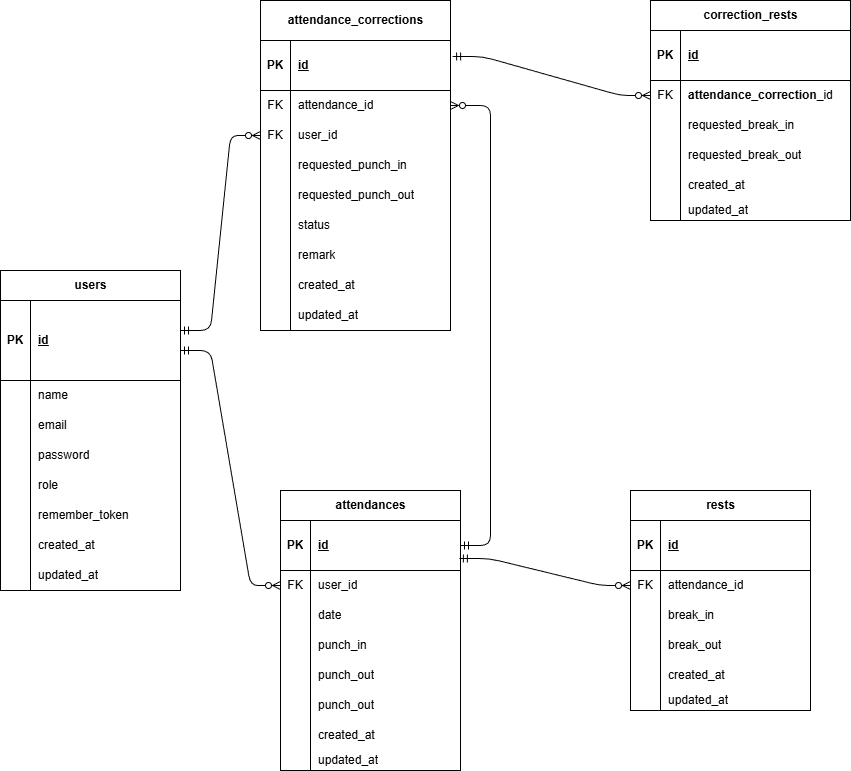
Before: ER.drawio.png, a diagram exported from draw.io (HIDE52/hide-kintaiapp). Source tidied: cells renumbered, new cells last; positions are measured from the earlier drawing's top-left corner, leaving out a move shared by most shapes.
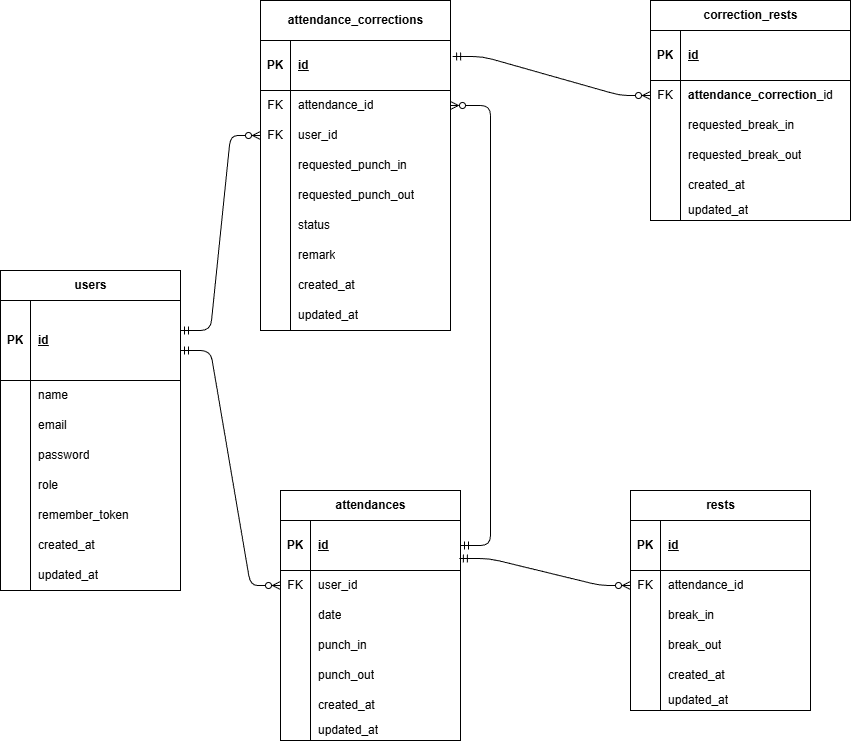
After the change.

Diff of the diagram source:
```diff
@@ -219,7 +219,7 @@
       <mxGeometry x="30" width="150" height="30" as="geometry" />
     </mxCell>
     <mxCell id="74" value="attendances" style="shape=table;startSize=30;rowLines=0;fontStyle=1;align=center;html=1;" parent="1" vertex="1">
-      <mxGeometry x="280" y="775" width="180" height="280" as="geometry" />
+      <mxGeometry x="280" y="775" width="180" height="250" as="geometry" />
     </mxCell>
     <mxCell id="75" style="shape=tableRow;horizontal=0;startSize=0;swimlaneHead=0;swimlaneBody=0;fillColor=none;points=[[0,0.5],[1,0.5]];portConstraint=eastwest;top=0;left=0;right=0;bottom=1;" parent="74" vertex="1">
       <mxGeometry y="30" width="180" height="50" as="geometry" />
@@ -266,17 +266,8 @@
     <mxCell id="89" value="punch_out" style="shape=partialRectangle;fillColor=none;top=0;left=0;bottom=0;right=0;align=left;spacingLeft=6;overflow=hidden;whiteSpace=wrap;html=1;" parent="87" vertex="1">
       <mxGeometry x="30" width="150" height="30" as="geometry" />
     </mxCell>
-    <mxCell id="90" style="shape=tableRow;horizontal=0;startSize=0;swimlaneHead=0;swimlaneBody=0;fillColor=none;top=0;left=0;right=0;bottom=0;" parent="74" vertex="1">
-      <mxGeometry y="200" width="180" height="30" as="geometry" />
-    </mxCell>
-    <mxCell id="91" style="shape=partialRectangle;fillColor=none;top=0;left=0;bottom=0;right=0;overflow=hidden;whiteSpace=wrap;html=1;" parent="90" vertex="1">
-      <mxGeometry width="30" height="30" as="geometry" />
-    </mxCell>
-    <mxCell id="92" value="punch_out" style="shape=partialRectangle;fillColor=none;top=0;left=0;bottom=0;right=0;align=left;spacingLeft=6;overflow=hidden;whiteSpace=wrap;html=1;" parent="90" vertex="1">
-      <mxGeometry x="30" width="150" height="30" as="geometry" />
-    </mxCell>
     <mxCell id="93" style="shape=tableRow;horizontal=0;startSize=0;swimlaneHead=0;swimlaneBody=0;fillColor=none;top=0;left=0;right=0;bottom=0;" parent="74" vertex="1">
-      <mxGeometry y="230" width="180" height="30" as="geometry" />
+      <mxGeometry y="200" width="180" height="30" as="geometry" />
     </mxCell>
     <mxCell id="94" style="shape=partialRectangle;fillColor=none;top=0;left=0;bottom=0;right=0;overflow=hidden;whiteSpace=wrap;html=1;" parent="93" vertex="1">
       <mxGeometry width="30" height="30" as="geometry" />
@@ -285,7 +276,7 @@
       <mxGeometry x="30" width="150" height="30" as="geometry" />
     </mxCell>
     <mxCell id="96" style="shape=tableRow;horizontal=0;startSize=0;swimlaneHead=0;swimlaneBody=0;fillColor=none;top=0;left=0;right=0;bottom=0;" parent="74" vertex="1">
-      <mxGeometry y="260" width="180" height="20" as="geometry" />
+      <mxGeometry y="230" width="180" height="20" as="geometry" />
     </mxCell>
     <mxCell id="97" style="shape=partialRectangle;fillColor=none;top=0;left=0;bottom=0;right=0;overflow=hidden;whiteSpace=wrap;html=1;" parent="96" vertex="1">
       <mxGeometry width="30" height="20" as="geometry" />
```
